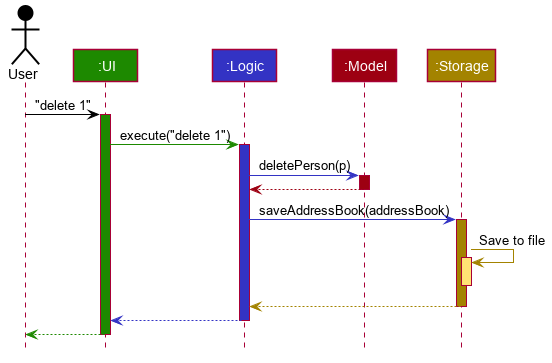
The PlantUML diagram docs/images/ArchitectureSequenceDiagram.png in nus-cs2103-AY1920S1/addressbook-level3, before a commit.
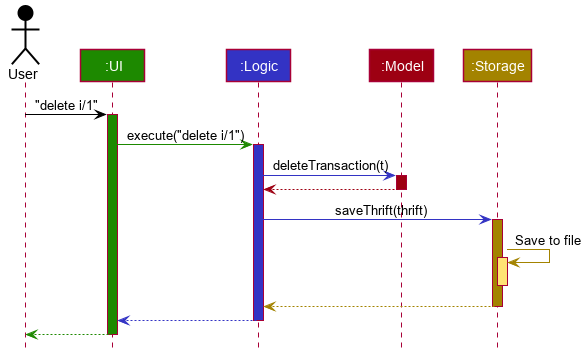
After the change.

What changed in the source:
```diff
@@ -54,19 +54,19 @@
 Participant ":Model" as model #9D0012
 Participant ":Storage" as storage #A38300
 
-user -[#000000]> ui : "delete 1"
+user -[#000000]> ui : "delete i/1"
 activate ui #1D8900
 
-ui -[#1D8900]> logic : execute("delete 1")
+ui -[#1D8900]> logic : execute("delete i/1")
 activate logic #3333C4
 
-logic -[#3333C4]> model : deletePerson(p)
+logic -[#3333C4]> model : deleteTransaction(t)
 activate model #9D0012
 
 model -[#9D0012]-> logic
 deactivate model
 
-logic -[#3333C4]> storage : saveAddressBook(addressBook)
+logic -[#3333C4]> storage : saveThrift(thrift)
 activate storage #A38300
 
 storage -[#A38300]> storage : Save to file
```
